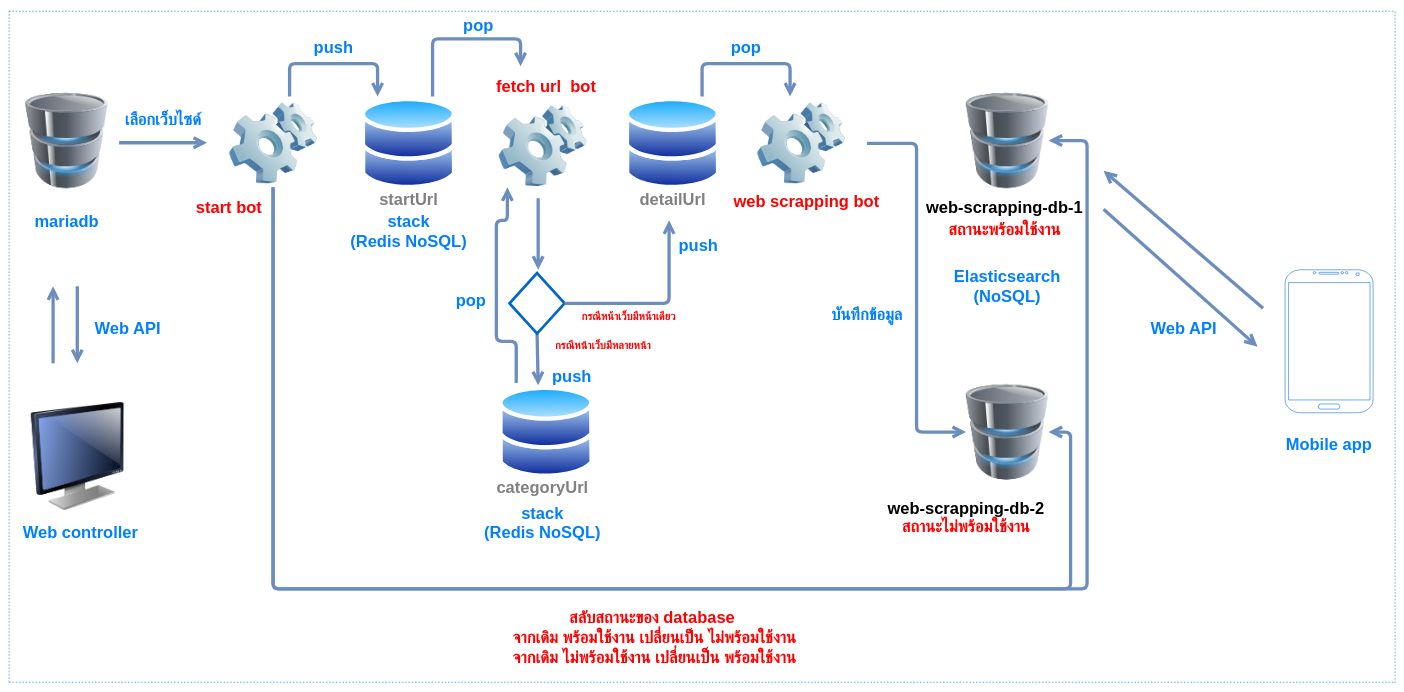
This is presentation/web-scrapping-system-latest.drawio from mandarinkb/project-final-document, a draw.io file, before an edit. Source tidied: cells renumbered, new cells numbered last; positions are measured from the earlier drawing's top-left corner, leaving out a move shared by most shapes. Both pictures are drawn from the tidied source at 55%, with x=0, y=0 at pixel (9, 9).
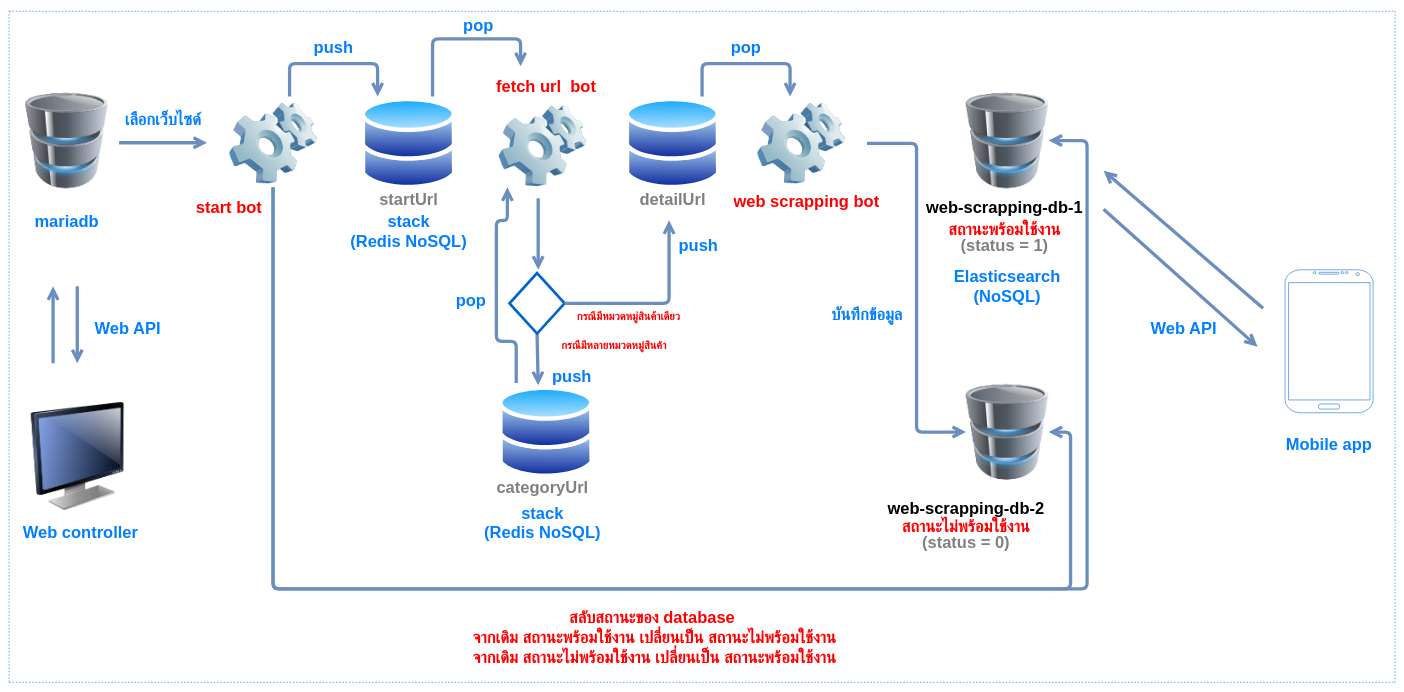
After the change.

What changed in the source:
```diff
@@
-    <mxCell id="45" value="กรณีหน้าเว็บมีหน้าเดียว" style="text;align=center;fontStyle=1;verticalAlign=middle;spacingLeft=3;spacingRight=3;strokeColor=none;fontSize=20;fontColor=#FF0000;" parent="1" vertex="1">
+    <mxCell id="45" value="กรณีมีหมวดหมู่สินค้าเดียว" style="text;align=center;fontStyle=1;verticalAlign=middle;spacingLeft=3;spacingRight=3;strokeColor=none;fontSize=20;fontColor=#FF0000;" parent="1" vertex="1">
       <mxGeometry x="1086.7" y="544" width="80" height="26" as="geometry" />
     </mxCell>
-    <mxCell id="46" value="กรณีหน้าเว็บมีหลายหน้า" style="text;align=center;fontStyle=1;verticalAlign=middle;spacingLeft=3;spacingRight=3;strokeColor=none;fontSize=20;fontColor=#FF0000;" parent="1" vertex="1">
-      <mxGeometry x="1040" y="597" width="80" height="26" as="geometry" />
+    <mxCell id="46" value="กรณีมีหลายหมวดหมู่สินค้า" style="text;align=center;fontStyle=1;verticalAlign=middle;spacingLeft=3;spacingRight=3;strokeColor=none;fontSize=20;fontColor=#FF0000;" parent="1" vertex="1">
+      <mxGeometry x="1060" y="597" width="80" height="26" as="geometry" />
     </mxCell>
@@
-    <mxCell id="55" value="สลับสถานะของ database &#10;จากเดิม พร้อมใช้งาน เปลี่ยนเป็น ไม่พร้อมใช้งาน&#10;จากเดิม ไม่พร้อมใช้งาน เปลี่ยนเป็น พร้อมใช้งาน&#10;" style="text;align=center;fontStyle=1;verticalAlign=middle;spacingLeft=3;spacingRight=3;strokeColor=none;fontSize=30;fontColor=#FF0000;" parent="1" vertex="1">
+    <mxCell id="55" value="สลับสถานะของ database &#10;จากเดิม สถานะพร้อมใช้งาน เปลี่ยนเป็น สถานะไม่พร้อมใช้งาน&#10;จากเดิม สถานะไม่พร้อมใช้งาน เปลี่ยนเป็น สถานะพร้อมใช้งาน&#10;" style="text;align=center;fontStyle=1;verticalAlign=middle;spacingLeft=3;spacingRight=3;strokeColor=none;fontSize=30;fontColor=#FF0000;" parent="1" vertex="1">
       <mxGeometry x="1133.5" y="1144" width="80" height="26" as="geometry" />
     </mxCell>
@@
+    <mxCell id="62" value="(status = 0)" style="text;align=center;fontStyle=1;verticalAlign=middle;spacingLeft=3;spacingRight=3;strokeColor=none;fontSize=30;fontColor=#808080;" parent="1" vertex="1">
+      <mxGeometry x="1700" y="954" width="80" height="26" as="geometry" />
+    </mxCell>
+    <mxCell id="63" value="(status = 1)" style="text;align=center;fontStyle=1;verticalAlign=middle;spacingLeft=3;spacingRight=3;strokeColor=none;fontSize=30;fontColor=#808080;" parent="1" vertex="1">
+      <mxGeometry x="1770" y="414" width="80" height="26" as="geometry" />
+    </mxCell>
```
